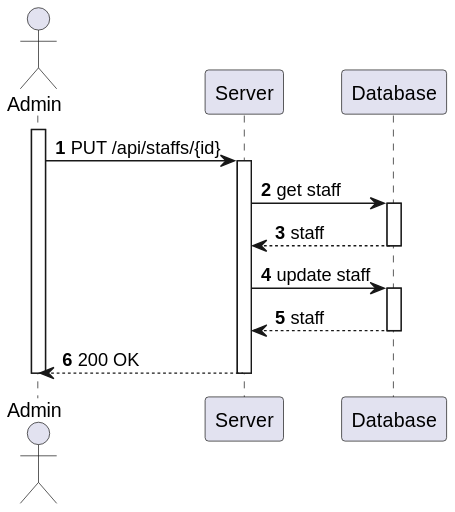
Above: docs/sprint-a/us-5.1.13/views/level3/process-view.svg in 1220846/sem5pi-24-25-3ddg20 (PlantUML), before the change.
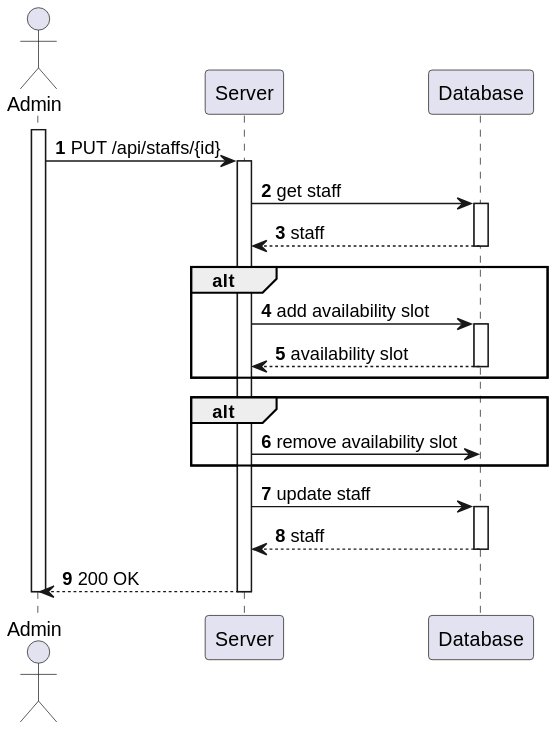
The same file after the commit.

Change to the diagram source:
```diff
@@ -12,6 +12,15 @@
         activate db
             db --> srv : staff
         deactivate db
+alt
+        srv -> db : add availability slot
+        activate db
+            db --> srv : availability slot
+        deactivate db
+end alt
+alt
+        srv -> db : remove availability slot
+end alt
         srv -> db : update staff
         activate db
             db --> srv : staff
```
